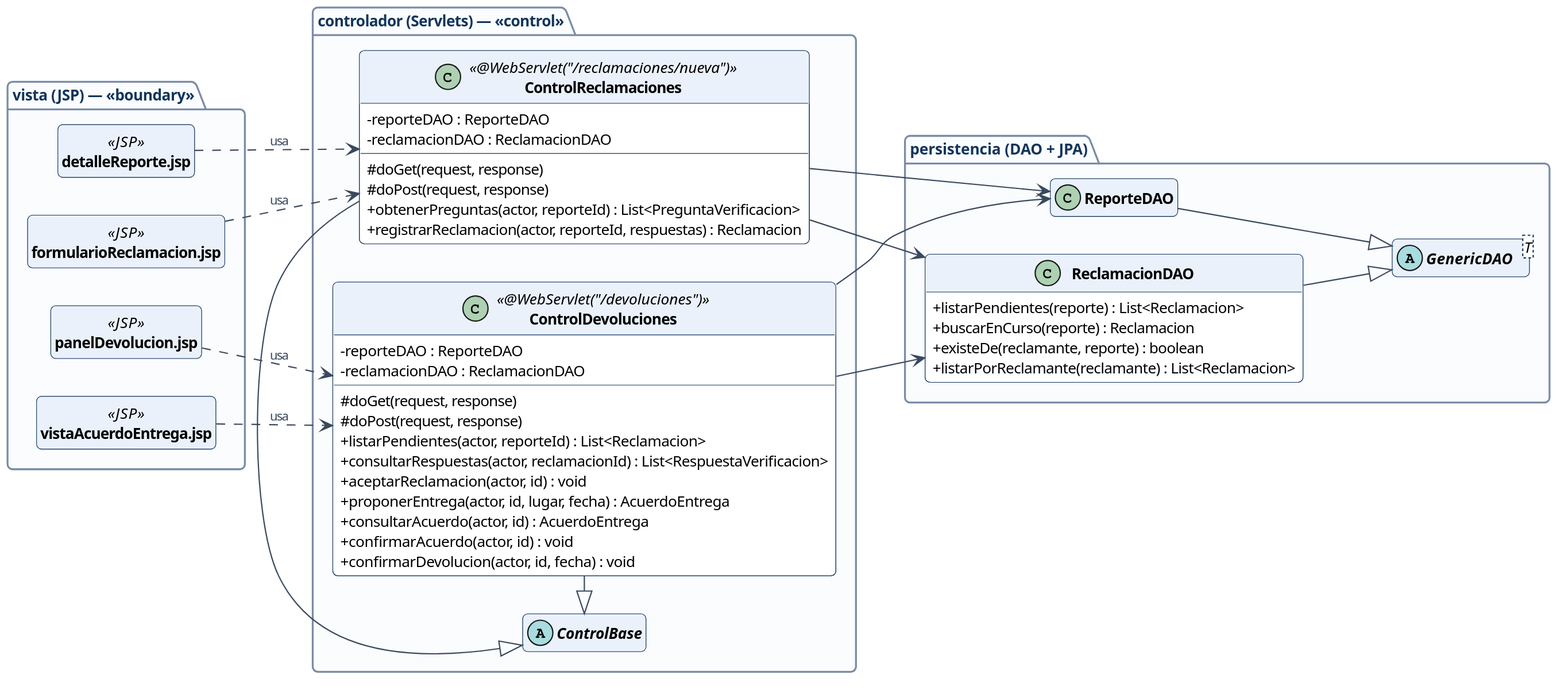
The PlantUML diagram docs/modelos/img/clases-capas-inc2.svg in JoelAlexanderProg/GR05_1BP2_622_26B, before a commit. The source it was exported from:
```plantuml
@startuml
!include estilo.iuml
left to right direction
skinparam nodesep 30
skinparam ranksep 70
hide empty members
hide <<JSP>> circle

package "vista (JSP) — «boundary»" {
  class "detalleReporte.jsp" as dr <<JSP>>
  class "formularioReclamacion.jsp" as frc <<JSP>>
  class "panelDevolucion.jsp" as pd <<JSP>>
  class "vistaAcuerdoEntrega.jsp" as va <<JSP>>
}

package "controlador (Servlets) — «control»" {
  abstract class ControlBase
  class ControlReclamaciones <<@WebServlet("/reclamaciones/nueva")>> {
    - reporteDAO : ReporteDAO
    - reclamacionDAO : ReclamacionDAO
    # doGet(request, response)
    # doPost(request, response)
    + obtenerPreguntas(actor, reporteId) : List<PreguntaVerificacion>
    + registrarReclamacion(actor, reporteId, respuestas) : Reclamacion
  }
  class ControlDevoluciones <<@WebServlet("/devoluciones")>> {
    - reporteDAO : ReporteDAO
    - reclamacionDAO : ReclamacionDAO
    # doGet(request, response)
    # doPost(request, response)
    + listarPendientes(actor, reporteId) : List<Reclamacion>
    + consultarRespuestas(actor, reclamacionId) : List<RespuestaVerificacion>
    + aceptarReclamacion(actor, id) : void
    + proponerEntrega(actor, id, lugar, fecha) : AcuerdoEntrega
    + consultarAcuerdo(actor, id) : AcuerdoEntrega
    + confirmarAcuerdo(actor, id) : void
    + confirmarDevolucion(actor, id, fecha) : void
  }
}

package "persistencia (DAO + JPA)" {
  abstract class "GenericDAO<T>" as GenericDAO
  class ReporteDAO
  class ReclamacionDAO {
    + listarPendientes(reporte) : List<Reclamacion>
    + buscarEnCurso(reporte) : Reclamacion
    + existeDe(reclamante, reporte) : boolean
    + listarPorReclamante(reclamante) : List<Reclamacion>
  }
}

dr ..> ControlReclamaciones : usa
frc ..> ControlReclamaciones : usa
pd ..> ControlDevoluciones : usa
va ..> ControlDevoluciones : usa

ControlBase <|- ControlReclamaciones
ControlBase <|- ControlDevoluciones

ControlReclamaciones --> ReporteDAO
ControlReclamaciones --> ReclamacionDAO
ControlDevoluciones --> ReporteDAO
ControlDevoluciones --> ReclamacionDAO

ReporteDAO --|> GenericDAO
ReclamacionDAO --|> GenericDAO
@enduml
```
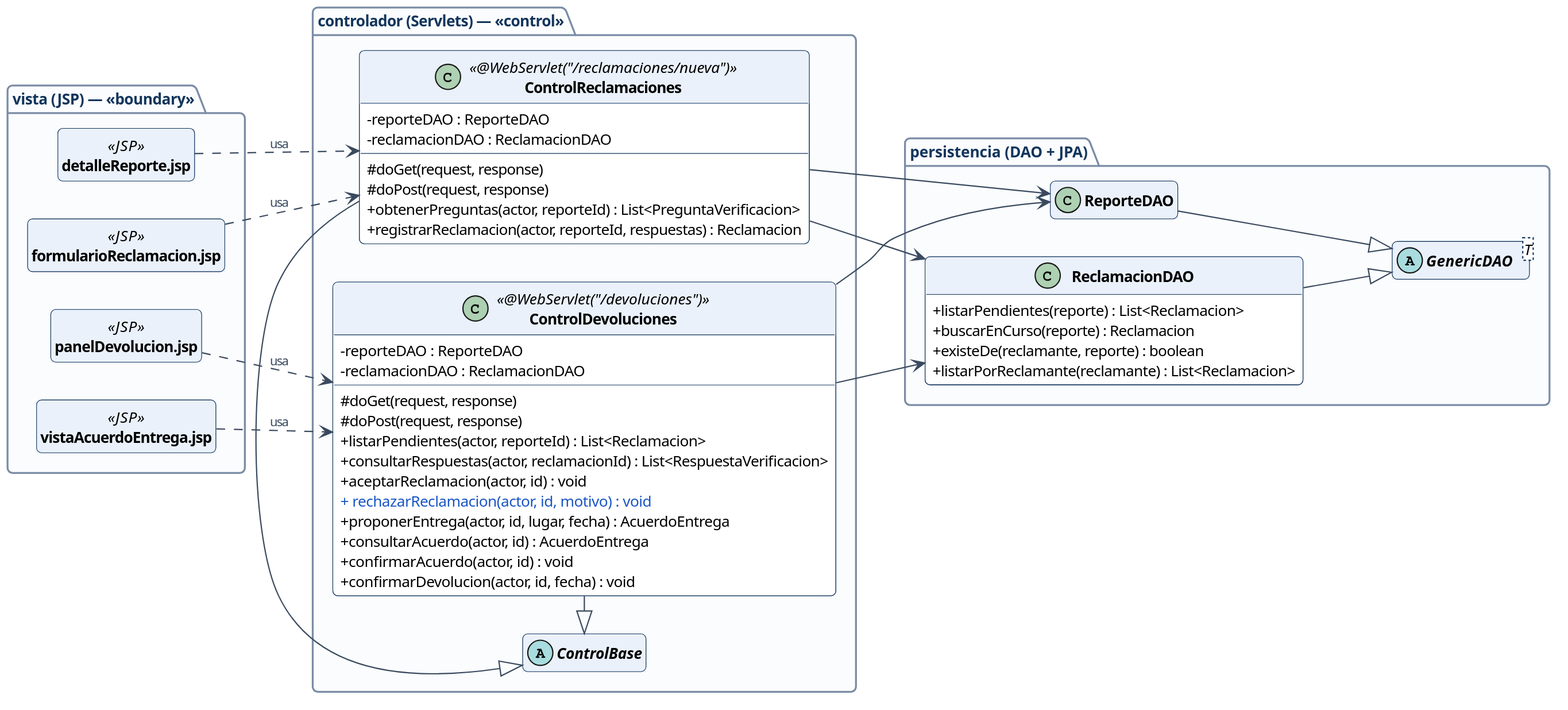
The same file after the commit.

Commit message:
Documenta el Incremento 3 en el README y en los diagramas de clases

The edit, as a diff of the source:
```diff
@@ -31,6 +31,7 @@
     + listarPendientes(actor, reporteId) : List<Reclamacion>
     + consultarRespuestas(actor, reclamacionId) : List<RespuestaVerificacion>
     + aceptarReclamacion(actor, id) : void
+    <color:#1A56C4>+ rechazarReclamacion(actor, id, motivo) : void</color>
     + proponerEntrega(actor, id, lugar, fecha) : AcuerdoEntrega
     + consultarAcuerdo(actor, id) : AcuerdoEntrega
     + confirmarAcuerdo(actor, id) : void
```
